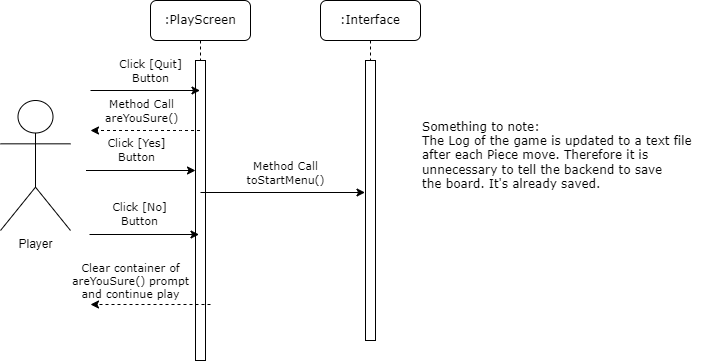
This is dev/diagrams/Sequence Diagram UC 2.0.png from Skadoot/GP9, a draw.io export, as it was before one commit. Source tidied: cells renumbered, new cells last; positions are measured from the earlier drawing's top-left corner, leaving out a move shared by most shapes.
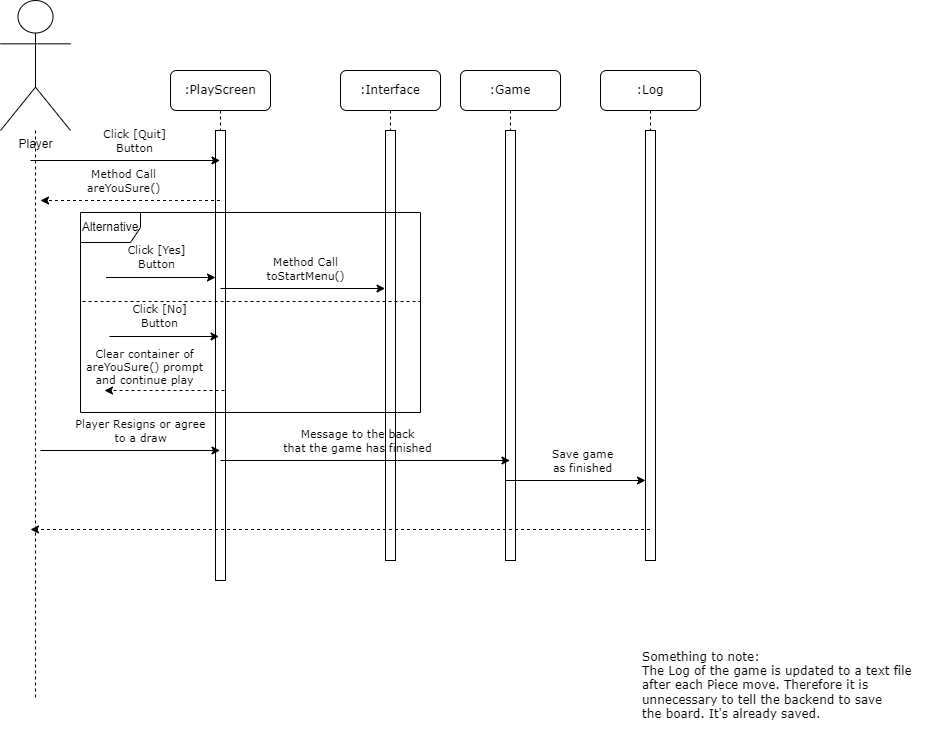
The same diagram one commit later.

Diff of the diagram source:
```diff
@@ -3,20 +3,20 @@
     <mxCell id="0" />
     <mxCell id="1" parent="0" />
     <mxCell id="2" value=":Interface" style="shape=umlLifeline;perimeter=lifelinePerimeter;whiteSpace=wrap;html=1;rounded=1;shadow=0;comic=0;labelBackgroundColor=none;strokeWidth=1;fontFamily=Verdana;fontSize=12;align=center;" parent="1" vertex="1">
-      <mxGeometry x="320" width="100" height="340" as="geometry" />
+      <mxGeometry x="320" width="100" height="490" as="geometry" />
     </mxCell>
     <mxCell id="3" style="html=1;perimeter=orthogonalPerimeter;rounded=0;shadow=0;comic=0;labelBackgroundColor=none;strokeWidth=1;fontFamily=Verdana;fontSize=12;align=center;" parent="2" vertex="1">
-      <mxGeometry x="45" y="60" width="10" height="280" as="geometry" />
+      <mxGeometry x="45" y="60" width="10" height="430" as="geometry" />
     </mxCell>
     <mxCell id="4" value=":PlayScreen" style="shape=umlLifeline;perimeter=lifelinePerimeter;whiteSpace=wrap;html=1;outlineConnect=0;rounded=1;shadow=0;comic=0;labelBackgroundColor=none;strokeWidth=1;fontFamily=Verdana;fontSize=12;align=center;" parent="1" vertex="1">
-      <mxGeometry x="150" width="100" height="360" as="geometry" />
+      <mxGeometry x="150" width="100" height="510" as="geometry" />
     </mxCell>
     <mxCell id="5" style="html=1;perimeter=orthogonalPerimeter;rounded=0;shadow=0;comic=0;labelBackgroundColor=none;strokeWidth=1;fontFamily=Verdana;fontSize=12;align=center;" parent="4" vertex="1">
-      <mxGeometry x="45" y="60" width="10" height="300" as="geometry" />
+      <mxGeometry x="45" y="60" width="10" height="450" as="geometry" />
     </mxCell>
     <mxCell id="6" value="Method Call&lt;br&gt;areYouSure()" style="endArrow=classic;html=1;rounded=0;labelBackgroundColor=none;fontFamily=Verdana;dashed=1;" parent="4" edge="1" source="4">
       <mxGeometry x="0.09" y="-20" relative="1" as="geometry">
-        <mxPoint x="-60" y="130" as="targetPoint" />
+        <mxPoint x="-130" y="130" as="targetPoint" />
         <Array as="points">
           <mxPoint x="30" y="130" />
           <mxPoint x="10" y="130" />
@@ -28,41 +28,88 @@
     </mxCell>
     <mxCell id="7" value="Click [Yes]&lt;br&gt;Button" style="endArrow=classic;html=1;rounded=0;labelBackgroundColor=none;fontFamily=Verdana;" parent="4" edge="1">
       <mxGeometry x="-0.09" y="21" relative="1" as="geometry">
-        <mxPoint x="-64.5" y="170" as="sourcePoint" />
-        <mxPoint x="45" y="170" as="targetPoint" />
+        <mxPoint x="-64.5" y="207" as="sourcePoint" />
+        <mxPoint x="45" y="207" as="targetPoint" />
       </mxGeometry>
     </mxCell>
+    <mxCell id="14" style="edgeStyle=orthogonalEdgeStyle;rounded=0;jettySize=auto;html=1;dashed=1;endArrow=none;endFill=0;" parent="1" edge="1" source="8">
+      <mxGeometry relative="1" as="geometry">
+        <mxPoint x="15" y="630" as="targetPoint" />
+      </mxGeometry>
+    </mxCell>
     <mxCell id="8" value="Player" style="shape=umlActor;verticalLabelPosition=bottom;verticalAlign=top;html=1;outlineConnect=0;" parent="1" vertex="1">
-      <mxGeometry y="100" width="70" height="130" as="geometry" />
+      <mxGeometry x="-20" y="-70" width="70" height="130" as="geometry" />
     </mxCell>
     <mxCell id="9" value="Click [Quit]&lt;br&gt;Button" style="endArrow=classic;html=1;rounded=0;labelBackgroundColor=none;fontFamily=Verdana;" parent="1" edge="1" target="4">
       <mxGeometry x="0.1" y="20" relative="1" as="geometry">
-        <mxPoint x="90" y="90" as="sourcePoint" />
+        <mxPoint x="10" y="90" as="sourcePoint" />
       </mxGeometry>
     </mxCell>
     <mxCell id="10" value="Click [No]&lt;br&gt;Button" style="endArrow=classic;html=1;rounded=0;labelBackgroundColor=none;fontFamily=Verdana;" parent="1" edge="1">
       <mxGeometry x="-0.09" y="21" relative="1" as="geometry">
-        <mxPoint x="89" y="234" as="sourcePoint" />
-        <mxPoint x="198.5" y="234" as="targetPoint" />
+        <mxPoint x="89" y="266" as="sourcePoint" />
+        <mxPoint x="198.5" y="266" as="targetPoint" />
       </mxGeometry>
     </mxCell>
     <mxCell id="11" value="Method Call&lt;br&gt;toStartMenu()" style="endArrow=classic;html=1;rounded=0;labelBackgroundColor=none;fontFamily=Verdana;" parent="1" edge="1">
       <mxGeometry x="0.03" y="20" relative="1" as="geometry">
-        <mxPoint x="200" y="192" as="sourcePoint" />
-        <mxPoint x="364.5" y="192" as="targetPoint" />
+        <mxPoint x="200" y="218" as="sourcePoint" />
+        <mxPoint x="364.5" y="218" as="targetPoint" />
       </mxGeometry>
     </mxCell>
     <mxCell id="12" value="Clear container of&lt;br&gt;areYouSure() prompt&lt;br&gt;and continue play" style="endArrow=classic;html=1;rounded=0;labelBackgroundColor=none;fontFamily=Verdana;dashed=1;" parent="1" edge="1">
       <mxGeometry x="0.33" y="-24" relative="1" as="geometry">
-        <mxPoint x="210" y="304" as="sourcePoint" />
-        <mxPoint x="90" y="304" as="targetPoint" />
+        <mxPoint x="204" y="320" as="sourcePoint" />
+        <mxPoint x="84" y="320" as="targetPoint" />
         <Array as="points">
-          <mxPoint x="210" y="304" />
+          <mxPoint x="204" y="320" />
         </Array>
       </mxGeometry>
     </mxCell>
     <mxCell id="13" value="Something to note:&lt;br&gt;The Log of the game is updated to a text file&lt;br&gt;&lt;div style=&quot;&quot;&gt;&lt;span style=&quot;background-color: initial;&quot;&gt;after each Piece move. Therefore it is&lt;/span&gt;&lt;/div&gt;&lt;div style=&quot;&quot;&gt;&lt;span style=&quot;background-color: initial;&quot;&gt;unnecessary to tell the backend to save&lt;/span&gt;&lt;/div&gt;&lt;div style=&quot;&quot;&gt;&lt;span style=&quot;background-color: initial;&quot;&gt;the board. It's already saved.&lt;/span&gt;&lt;/div&gt;" style="text;html=1;align=left;verticalAlign=middle;strokeColor=none;fillColor=none;fontFamily=Verdana;" parent="1" vertex="1">
-      <mxGeometry x="420" y="110" width="290" height="90" as="geometry" />
+      <mxGeometry x="620" y="570" width="290" height="90" as="geometry" />
     </mxCell>
+    <mxCell id="15" value="Alternative" style="shape=umlFrame;whiteSpace=wrap;html=1;" parent="1" vertex="1">
+      <mxGeometry x="60" y="142" width="340" height="200" as="geometry" />
+    </mxCell>
+    <mxCell id="16" style="endArrow=none;dashed=1;html=1;rounded=0;exitX=0.006;exitY=0.505;exitDx=0;exitDy=0;exitPerimeter=0;" parent="1" edge="1">
+      <mxGeometry relative="1" as="geometry">
+        <mxPoint x="62" y="231" as="sourcePoint" />
+        <mxPoint x="400" y="231" as="targetPoint" />
+      </mxGeometry>
+    </mxCell>
+    <mxCell id="17" value="Player Resigns or agree&lt;br&gt;to a draw" style="endArrow=classic;html=1;rounded=0;labelBackgroundColor=none;fontFamily=Verdana;" parent="1" edge="1" target="4">
+      <mxGeometry x="0.11" y="20" relative="1" as="geometry">
+        <mxPoint x="20" y="380" as="sourcePoint" />
+      </mxGeometry>
+    </mxCell>
+    <mxCell id="18" value=":Game" style="shape=umlLifeline;perimeter=lifelinePerimeter;whiteSpace=wrap;html=1;outlineConnect=0;rounded=1;shadow=0;comic=0;labelBackgroundColor=none;strokeWidth=1;fontFamily=Verdana;fontSize=12;align=center;" parent="1" vertex="1">
+      <mxGeometry x="440" width="100" height="490" as="geometry" />
+    </mxCell>
+    <mxCell id="19" style="html=1;perimeter=orthogonalPerimeter;rounded=0;shadow=0;comic=0;labelBackgroundColor=none;strokeWidth=1;fontFamily=Verdana;fontSize=12;align=center;" parent="18" vertex="1">
+      <mxGeometry x="45" y="60" width="10" height="430" as="geometry" />
+    </mxCell>
+    <mxCell id="20" value="Message to the back&lt;br&gt;that the game has finished" style="endArrow=classic;html=1;rounded=0;labelBackgroundColor=none;fontFamily=Verdana;" parent="1" edge="1" target="18">
+      <mxGeometry x="-0.06" y="20" relative="1" as="geometry">
+        <mxPoint x="200" y="390" as="sourcePoint" />
+      </mxGeometry>
+    </mxCell>
+    <mxCell id="21" value=":Log" style="shape=umlLifeline;perimeter=lifelinePerimeter;whiteSpace=wrap;html=1;rounded=1;shadow=0;comic=0;labelBackgroundColor=none;strokeWidth=1;fontFamily=Verdana;fontSize=12;align=center;" parent="1" vertex="1">
+      <mxGeometry x="580" width="100" height="490" as="geometry" />
+    </mxCell>
+    <mxCell id="22" style="html=1;points=[];perimeter=orthogonalPerimeter;rounded=0;shadow=0;comic=0;labelBackgroundColor=none;strokeWidth=1;fontFamily=Verdana;fontSize=12;align=center;" parent="21" vertex="1">
+      <mxGeometry x="45" y="60" width="10" height="430" as="geometry" />
+    </mxCell>
+    <mxCell id="23" value="Save game&lt;br&gt;as finished" style="endArrow=classic;html=1;rounded=0;labelBackgroundColor=none;fontFamily=Verdana;" parent="21" edge="1" target="22">
+      <mxGeometry x="0.1" y="20" relative="1" as="geometry">
+        <mxPoint x="-95" y="410" as="sourcePoint" />
+      </mxGeometry>
+    </mxCell>
+    <mxCell id="24" style="endArrow=classic;html=1;rounded=0;dashed=1;" parent="1" edge="1">
+      <mxGeometry relative="1" as="geometry">
+        <mxPoint x="629.5" y="459" as="sourcePoint" />
+        <mxPoint x="10" y="459" as="targetPoint" />
+      </mxGeometry>
+    </mxCell>
   </root>
 </mxGraphModel>
```
